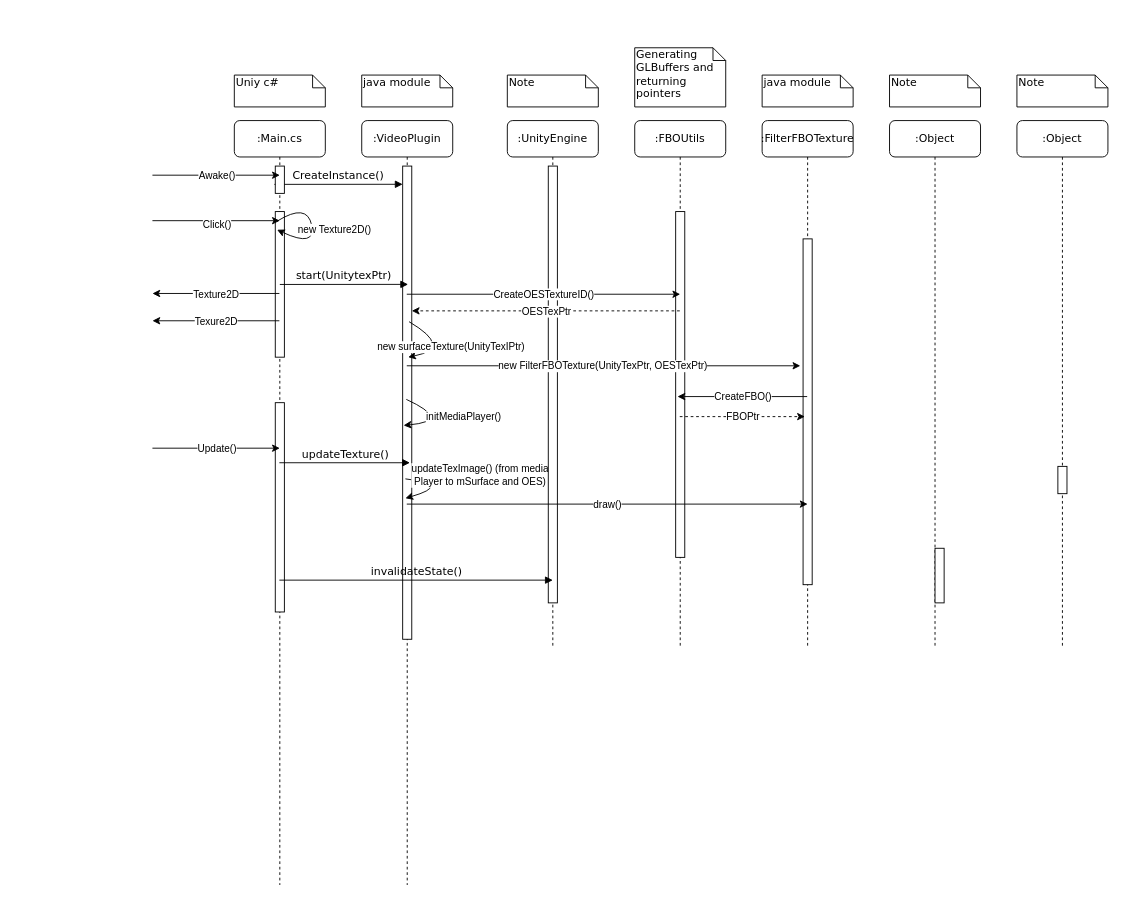
Above: Documentation/Diagrams/DrawIo/SeqDiag_BroadCaster.drawio in xrchisense/xrevent-broadcaster-unity (draw.io), before the change. Source tidied: cells renumbered, new cells numbered last; positions are measured from the earlier drawing's top-left corner, leaving out a move shared by most shapes. Both pictures are drawn from the tidied source at 91%, with x=0, y=0 at pixel (152, 47).
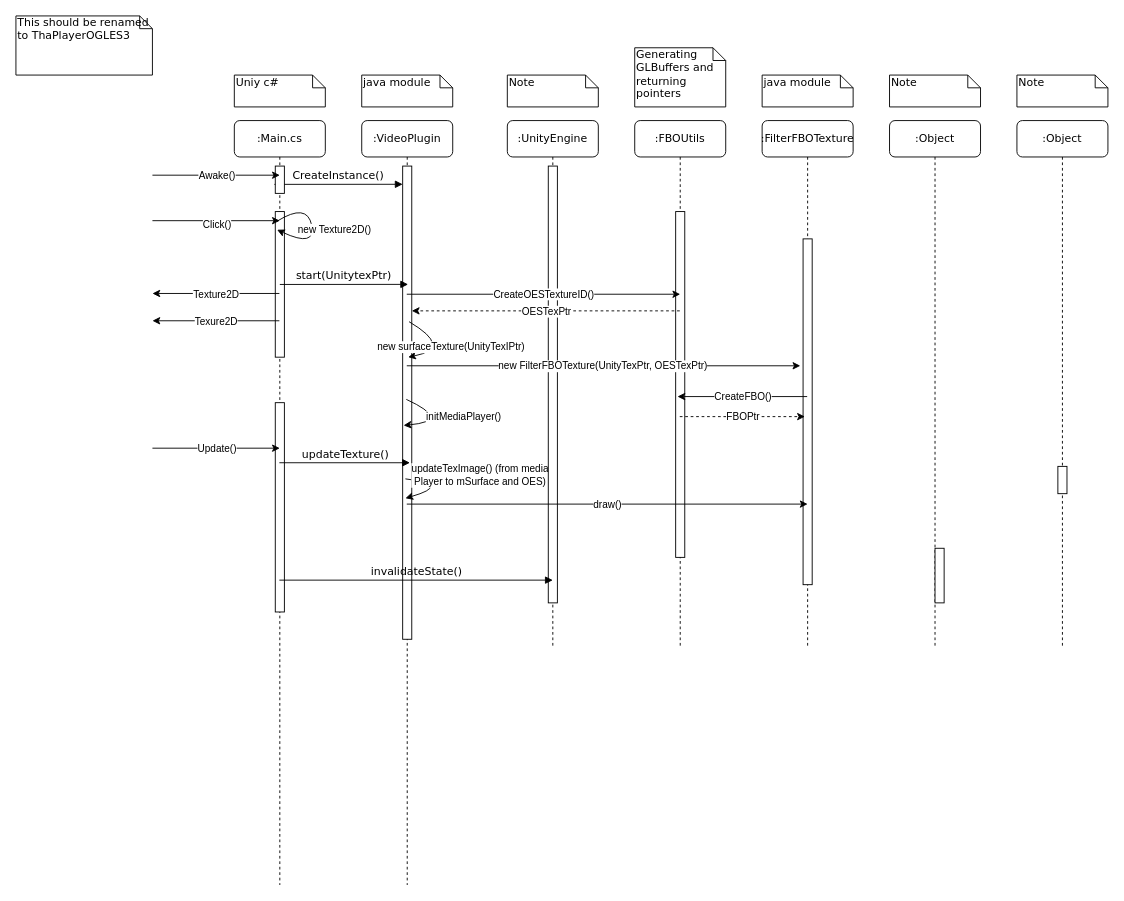
After the change.

What changed in the source:
```diff
@@
+    <mxCell id="57" value="This should be renamed to ThaPlayerOGLES3" style="shape=note;whiteSpace=wrap;html=1;size=14;verticalAlign=top;align=left;spacingTop=-6;rounded=0;shadow=0;comic=0;labelBackgroundColor=none;strokeWidth=1;fontFamily=Verdana;fontSize=12;" parent="1" vertex="1">
+      <mxGeometry x="-150" y="-35" width="150" height="65" as="geometry" />
+    </mxCell>
```
